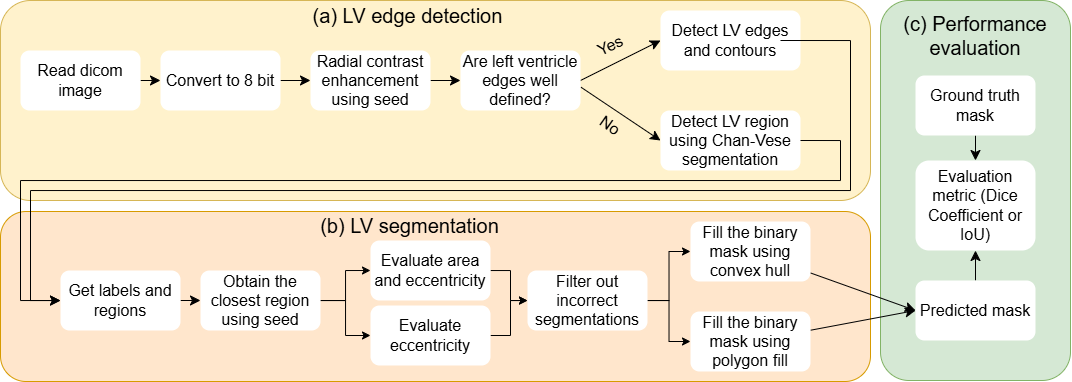
Above: edge_detection_and_contours/edge_detection_pipeline.png in electronjia/heart_cardiac_mri_image_processing (draw.io), before the change. Source tidied: cells renumbered, new cells last; positions are measured from the earlier drawing's top-left corner, leaving out a move shared by most shapes.
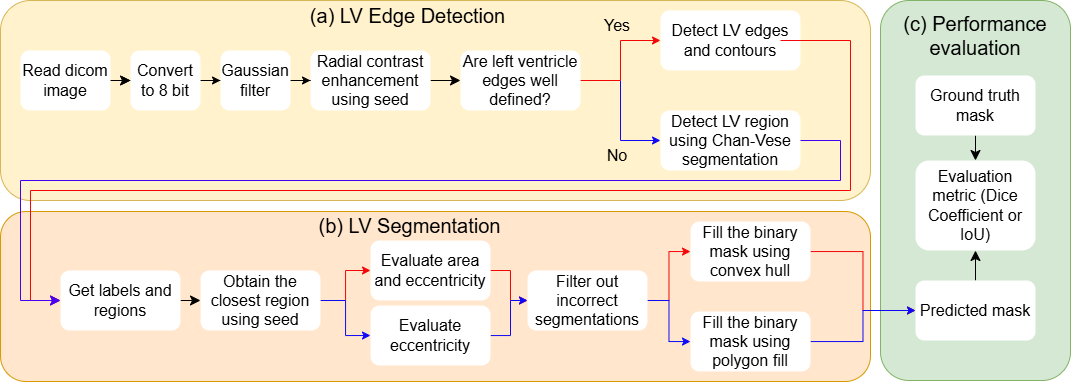
After the commit.

The edit, as a diff of the source:
```diff
@@ -14,30 +14,33 @@
     <mxCell id="5" style="edgeStyle=none;curved=1;rounded=0;jettySize=auto;html=1;fontSize=12;startSize=8;endSize=8;fontFamily=Helvetica;" parent="1" edge="1" source="6" target="8">
       <mxGeometry relative="1" as="geometry" />
     </mxCell>
+    <mxCell id="53" style="edgeStyle=orthogonalEdgeStyle;rounded=0;jettySize=auto;html=1;" parent="1" edge="1" source="6" target="8">
+      <mxGeometry relative="1" as="geometry" />
+    </mxCell>
     <mxCell id="6" value="Read dicom image" style="rounded=1;whiteSpace=wrap;html=1;fontSize=16;strokeColor=none;fontFamily=Helvetica;" parent="1" vertex="1">
-      <mxGeometry x="20" y="50" width="120" height="60" as="geometry" />
+      <mxGeometry x="20" y="50" width="90" height="60" as="geometry" />
     </mxCell>
-    <mxCell id="7" style="edgeStyle=none;curved=1;rounded=0;jettySize=auto;html=1;entryX=0;entryY=0.5;entryDx=0;entryDy=0;fontSize=12;startSize=8;endSize=8;fontFamily=Helvetica;" parent="1" edge="1" source="8" target="29">
-      <mxGeometry relative="1" as="geometry" />
-    </mxCell>
+    <mxCell id="54" style="edgeStyle=orthogonalEdgeStyle;rounded=0;jettySize=auto;html=1;" parent="1" edge="1" source="8" target="56">
+      <mxGeometry relative="1" as="geometry" />
+    </mxCell>
     <mxCell id="8" value="Convert to 8 bit" style="rounded=1;whiteSpace=wrap;html=1;fontSize=16;strokeColor=none;fontFamily=Helvetica;" parent="1" vertex="1">
-      <mxGeometry x="160" y="50" width="120" height="60" as="geometry" />
+      <mxGeometry x="130" y="50" width="70" height="60" as="geometry" />
     </mxCell>
+    <mxCell id="10" style="edgeStyle=none;curved=1;rounded=0;jettySize=auto;html=1;fontSize=12;startSize=8;endSize=8;" parent="1" edge="1" source="11">
+      <mxGeometry relative="1" as="geometry">
+        <mxPoint x="690" y="251" as="targetPoint" />
+      </mxGeometry>
+    </mxCell>
-    <mxCell id="9" style="edgeStyle=none;curved=1;rounded=0;jettySize=auto;html=1;entryX=0;entryY=0.5;entryDx=0;entryDy=0;fontSize=12;startSize=8;endSize=8;" parent="1" edge="1" source="11" target="50">
+    <mxCell id="9" style="edgeStyle=orthogonalEdgeStyle;rounded=0;jettySize=auto;html=1;entryX=0;entryY=0.5;entryDx=0;entryDy=0;strokeColor=light-dark(#f40606, #ff7777);" parent="1" edge="1" source="11" target="50">
       <mxGeometry relative="1" as="geometry" />
     </mxCell>
-    <mxCell id="10" style="edgeStyle=none;curved=1;rounded=0;jettySize=auto;html=1;fontSize=12;startSize=8;endSize=8;" parent="1" edge="1" source="11">
-      <mxGeometry relative="1" as="geometry">
-        <mxPoint x="690" y="251" as="targetPoint" />
-      </mxGeometry>
-    </mxCell>
     <mxCell id="11" value="Fill the binary mask using convex hull" style="rounded=1;whiteSpace=wrap;html=1;fontFamily=Helvetica;fontSize=16;strokeColor=none;" parent="1" vertex="1">
       <mxGeometry x="690" y="221" width="120" height="60" as="geometry" />
     </mxCell>
     <mxCell id="12" style="edgeStyle=none;curved=1;rounded=0;jettySize=auto;html=1;entryX=0;entryY=0.5;entryDx=0;entryDy=0;fontSize=12;startSize=8;endSize=8;fontFamily=Helvetica;strokeColor=none;" parent="1" edge="1" source="14" target="11">
       <mxGeometry relative="1" as="geometry" />
     </mxCell>
-    <mxCell id="13" style="edgeStyle=orthogonalEdgeStyle;rounded=0;jettySize=auto;html=1;" parent="1" edge="1" source="14" target="19">
+    <mxCell id="13" style="edgeStyle=orthogonalEdgeStyle;rounded=0;jettySize=auto;html=1;strokeColor=light-dark(#f40606, #ff7777);" parent="1" edge="1" source="14" target="19">
       <mxGeometry relative="1" as="geometry" />
     </mxCell>
     <mxCell id="14" value="Evaluate area and eccentricity" style="rounded=1;whiteSpace=wrap;html=1;fontFamily=Helvetica;fontSize=16;strokeColor=none;" parent="1" vertex="1">
@@ -52,10 +55,10 @@
         <mxPoint x="550" y="342" as="targetPoint" />
       </mxGeometry>
     </mxCell>
-    <mxCell id="17" style="edgeStyle=orthogonalEdgeStyle;rounded=0;jettySize=auto;html=1;" parent="1" edge="1" source="19" target="11">
+    <mxCell id="17" style="edgeStyle=orthogonalEdgeStyle;rounded=0;jettySize=auto;html=1;strokeColor=light-dark(#f40606, #ff7777);" parent="1" edge="1" source="19" target="11">
       <mxGeometry relative="1" as="geometry" />
     </mxCell>
-    <mxCell id="18" style="edgeStyle=orthogonalEdgeStyle;rounded=0;jettySize=auto;html=1;" parent="1" edge="1" source="19" target="31">
+    <mxCell id="18" style="edgeStyle=orthogonalEdgeStyle;rounded=0;jettySize=auto;html=1;strokeColor=light-dark(#0d09f6, #ededed);" parent="1" edge="1" source="19" target="31">
       <mxGeometry relative="1" as="geometry" />
     </mxCell>
     <mxCell id="19" value="Filter out incorrect segmentations" style="rounded=1;whiteSpace=wrap;html=1;fontFamily=Helvetica;fontSize=16;strokeColor=none;" parent="1" vertex="1">
@@ -64,10 +67,10 @@
     <mxCell id="20" style="edgeStyle=none;curved=1;rounded=0;jettySize=auto;html=1;entryX=0;entryY=0.5;entryDx=0;entryDy=0;fontSize=12;startSize=8;endSize=8;fontFamily=Helvetica;strokeColor=none;" parent="1" edge="1" source="23" target="19">
       <mxGeometry relative="1" as="geometry" />
     </mxCell>
-    <mxCell id="21" style="edgeStyle=orthogonalEdgeStyle;rounded=0;jettySize=auto;html=1;entryX=0;entryY=0.5;entryDx=0;entryDy=0;" parent="1" edge="1" source="23" target="14">
+    <mxCell id="21" style="edgeStyle=orthogonalEdgeStyle;rounded=0;jettySize=auto;html=1;entryX=0;entryY=0.5;entryDx=0;entryDy=0;strokeColor=light-dark(#f40606, #ff7777);" parent="1" edge="1" source="23" target="14">
       <mxGeometry relative="1" as="geometry" />
     </mxCell>
-    <mxCell id="22" style="edgeStyle=orthogonalEdgeStyle;rounded=0;jettySize=auto;html=1;entryX=0;entryY=0.5;entryDx=0;entryDy=0;" parent="1" edge="1" source="23" target="34">
+    <mxCell id="22" style="edgeStyle=orthogonalEdgeStyle;rounded=0;jettySize=auto;html=1;entryX=0;entryY=0.5;entryDx=0;entryDy=0;strokeColor=light-dark(#0d09f6, #ededed);" parent="1" edge="1" source="23" target="34">
       <mxGeometry relative="1" as="geometry" />
     </mxCell>
     <mxCell id="23" value="Obtain the closest region using seed" style="rounded=1;whiteSpace=wrap;html=1;fontFamily=Helvetica;fontSize=16;strokeColor=none;" parent="1" vertex="1">
@@ -91,16 +94,13 @@
     <mxCell id="29" value="Radial contrast enhancement using seed" style="rounded=1;whiteSpace=wrap;html=1;fontSize=16;strokeColor=none;fontFamily=Helvetica;" parent="1" vertex="1">
       <mxGeometry x="310" y="50" width="120" height="60" as="geometry" />
     </mxCell>
-    <mxCell id="30" style="edgeStyle=none;curved=1;rounded=0;jettySize=auto;html=1;entryX=0;entryY=0.5;entryDx=0;entryDy=0;fontSize=12;startSize=8;endSize=8;" parent="1" edge="1" source="31" target="50">
+    <mxCell id="30" style="edgeStyle=orthogonalEdgeStyle;rounded=0;jettySize=auto;html=1;entryX=0;entryY=0.5;entryDx=0;entryDy=0;strokeColor=light-dark(#0d09f6, #ededed);" parent="1" edge="1" source="31" target="50">
       <mxGeometry relative="1" as="geometry" />
     </mxCell>
     <mxCell id="31" value="Fill the binary mask using polygon fill" style="rounded=1;whiteSpace=wrap;html=1;fontFamily=Helvetica;fontSize=16;strokeColor=none;" parent="1" vertex="1">
       <mxGeometry x="690" y="311" width="120" height="60" as="geometry" />
     </mxCell>
-    <mxCell id="32" style="edgeStyle=none;curved=1;rounded=0;jettySize=auto;html=1;entryX=0;entryY=0.5;entryDx=0;entryDy=0;fontSize=12;startSize=8;endSize=8;fontFamily=Helvetica;strokeColor=none;" parent="1" edge="1" source="34" target="31">
-      <mxGeometry relative="1" as="geometry" />
-    </mxCell>
-    <mxCell id="33" style="edgeStyle=orthogonalEdgeStyle;rounded=0;jettySize=auto;html=1;" parent="1" edge="1" source="34" target="19">
+    <mxCell id="33" style="edgeStyle=orthogonalEdgeStyle;rounded=0;jettySize=auto;html=1;strokeColor=light-dark(#0d09f6, #ededed);" parent="1" edge="1" source="34" target="19">
       <mxGeometry relative="1" as="geometry" />
     </mxCell>
     <mxCell id="34" value="Evaluate eccentricity" style="rounded=1;whiteSpace=wrap;html=1;fontFamily=Helvetica;fontSize=16;strokeColor=none;" parent="1" vertex="1">
@@ -109,22 +109,22 @@
     <mxCell id="35" value="Detect LV region using Chan-Vese segmentation" style="rounded=1;whiteSpace=wrap;html=1;fontSize=16;strokeColor=none;fontFamily=Helvetica;" parent="1" vertex="1">
       <mxGeometry x="660" y="110" width="140" height="60" as="geometry" />
     </mxCell>
+    <mxCell id="37" style="edgeStyle=orthogonalEdgeStyle;rounded=0;jettySize=auto;html=1;strokeColor=light-dark(#0d09f6, #ededed);" parent="1" edge="1" source="38" target="35">
+      <mxGeometry relative="1" as="geometry" />
+    </mxCell>
-    <mxCell id="36" style="edgeStyle=none;curved=1;rounded=0;jettySize=auto;html=1;entryX=0;entryY=0.5;entryDx=0;entryDy=0;fontSize=12;startSize=8;endSize=8;exitX=1;exitY=0.5;exitDx=0;exitDy=0;fontFamily=Helvetica;" parent="1" edge="1" source="38" target="27">
+    <mxCell id="36" style="edgeStyle=orthogonalEdgeStyle;rounded=0;jettySize=auto;html=1;strokeColor=light-dark(#f40606, #ff7777);" parent="1" edge="1" source="38" target="27">
       <mxGeometry relative="1" as="geometry" />
     </mxCell>
-    <mxCell id="37" style="edgeStyle=none;curved=1;rounded=0;jettySize=auto;html=1;entryX=0;entryY=0.5;entryDx=0;entryDy=0;fontSize=12;startSize=8;endSize=8;exitX=1.004;exitY=0.612;exitDx=0;exitDy=0;exitPerimeter=0;fontFamily=Helvetica;" parent="1" edge="1" source="38" target="35">
-      <mxGeometry relative="1" as="geometry" />
-    </mxCell>
     <mxCell id="38" value="Are left ventricle edges well defined?" style="rounded=1;whiteSpace=wrap;html=1;fontSize=16;strokeColor=none;fontFamily=Helvetica;" parent="1" vertex="1">
       <mxGeometry x="460" y="50" width="120" height="60" as="geometry" />
     </mxCell>
-    <mxCell id="39" value="Yes" style="text;strokeColor=none;fillColor=none;html=1;align=center;verticalAlign=middle;whiteSpace=wrap;rounded=0;fontSize=16;rotation=-25;fontFamily=Helvetica;" parent="1" vertex="1">
-      <mxGeometry x="580" y="30" width="60" height="30" as="geometry" />
+    <mxCell id="39" value="Yes" style="text;strokeColor=none;fillColor=none;html=1;align=center;verticalAlign=middle;whiteSpace=wrap;rounded=0;fontSize=16;rotation=0;fontFamily=Helvetica;" parent="1" vertex="1">
+      <mxGeometry x="587" y="10" width="60" height="30" as="geometry" />
     </mxCell>
-    <mxCell id="40" value="No" style="text;strokeColor=none;fillColor=none;html=1;align=center;verticalAlign=middle;whiteSpace=wrap;rounded=0;fontSize=16;rotation=35;fontFamily=Helvetica;" parent="1" vertex="1">
-      <mxGeometry x="580" y="110" width="60" height="30" as="geometry" />
+    <mxCell id="40" value="No" style="text;strokeColor=none;fillColor=none;html=1;align=center;verticalAlign=middle;whiteSpace=wrap;rounded=0;fontSize=16;rotation=0;fontFamily=Helvetica;" parent="1" vertex="1">
+      <mxGeometry x="587" y="140" width="60" height="30" as="geometry" />
     </mxCell>
-    <mxCell id="41" style="edgeStyle=segmentEdgeStyle;endArrow=classic;html=1;curved=0;rounded=0;endSize=8;startSize=8;sourcePerimeterSpacing=0;targetPerimeterSpacing=0;fontSize=12;fontFamily=Helvetica;" parent="1" edge="1">
+    <mxCell id="41" style="edgeStyle=segmentEdgeStyle;endArrow=classic;html=1;curved=0;rounded=0;endSize=8;startSize=8;sourcePerimeterSpacing=0;targetPerimeterSpacing=0;fontSize=12;fontFamily=Helvetica;strokeColor=light-dark(#f40606, #ff7777);" parent="1" edge="1">
       <mxGeometry relative="1" as="geometry">
         <mxPoint x="780" y="40" as="sourcePoint" />
         <mxPoint x="60" y="300" as="targetPoint" />
@@ -137,7 +137,7 @@
         </Array>
       </mxGeometry>
     </mxCell>
-    <mxCell id="42" style="edgeStyle=segmentEdgeStyle;endArrow=classic;html=1;curved=0;rounded=0;endSize=8;startSize=8;sourcePerimeterSpacing=0;targetPerimeterSpacing=0;fontSize=12;exitX=1;exitY=0.5;exitDx=0;exitDy=0;fontFamily=Helvetica;" parent="1" edge="1" source="35">
+    <mxCell id="42" style="edgeStyle=segmentEdgeStyle;endArrow=classic;html=1;curved=0;rounded=0;endSize=8;startSize=8;sourcePerimeterSpacing=0;targetPerimeterSpacing=0;fontSize=12;exitX=1;exitY=0.5;exitDx=0;exitDy=0;fontFamily=Helvetica;strokeColor=light-dark(#4200f7, #ededed);" parent="1" edge="1" source="35">
       <mxGeometry relative="1" as="geometry">
         <mxPoint x="60" y="300" as="targetPoint" />
         <Array as="points">
@@ -145,11 +145,10 @@
           <mxPoint x="840" y="180" />
           <mxPoint x="20" y="180" />
           <mxPoint x="20" y="300" />
-          <mxPoint x="60" y="300" />
         </Array>
       </mxGeometry>
     </mxCell>
-    <mxCell id="43" value="(a) LV edge detection" style="text;strokeColor=none;fillColor=none;html=1;align=center;verticalAlign=middle;whiteSpace=wrap;rounded=0;fontSize=20;fontFamily=Helvetica;" parent="1" vertex="1">
+    <mxCell id="43" value="(a) LV Edge Detection" style="text;strokeColor=none;fillColor=none;html=1;align=center;verticalAlign=middle;whiteSpace=wrap;rounded=0;fontSize=20;fontFamily=Helvetica;" parent="1" vertex="1">
       <mxGeometry x="290" width="235" height="30" as="geometry" />
     </mxCell>
     <mxCell id="44" value="(c) Performance evaluation" style="text;strokeColor=none;fillColor=none;html=1;align=center;verticalAlign=middle;whiteSpace=wrap;rounded=0;fontSize=20;fontFamily=Helvetica;" parent="1" vertex="1">
@@ -176,8 +175,14 @@
     <mxCell id="51" value="Evaluation metric (Dice Coefficient or IoU)" style="rounded=1;whiteSpace=wrap;html=1;fontFamily=Helvetica;fontSize=16;strokeColor=none;" parent="1" vertex="1">
       <mxGeometry x="915" y="160" width="120" height="90" as="geometry" />
     </mxCell>
-    <mxCell id="52" value="(b) LV segmentation" style="text;strokeColor=none;fillColor=none;html=1;align=center;verticalAlign=middle;whiteSpace=wrap;rounded=0;fontSize=20;fontFamily=Helvetica;" parent="1" vertex="1">
+    <mxCell id="52" value="(b) LV Segmentation" style="text;strokeColor=none;fillColor=none;html=1;align=center;verticalAlign=middle;whiteSpace=wrap;rounded=0;fontSize=20;fontFamily=Helvetica;" parent="1" vertex="1">
       <mxGeometry x="292" y="210" width="235" height="30" as="geometry" />
     </mxCell>
+    <mxCell id="55" style="edgeStyle=orthogonalEdgeStyle;rounded=0;jettySize=auto;html=1;entryX=0;entryY=0.5;entryDx=0;entryDy=0;" parent="1" edge="1" source="56" target="29">
+      <mxGeometry relative="1" as="geometry" />
+    </mxCell>
+    <mxCell id="56" value="Gaussian filter" style="rounded=1;whiteSpace=wrap;html=1;fontSize=16;strokeColor=none;fontFamily=Helvetica;" parent="1" vertex="1">
+      <mxGeometry x="220" y="50" width="70" height="60" as="geometry" />
+    </mxCell>
   </root>
 </mxGraphModel>
```
